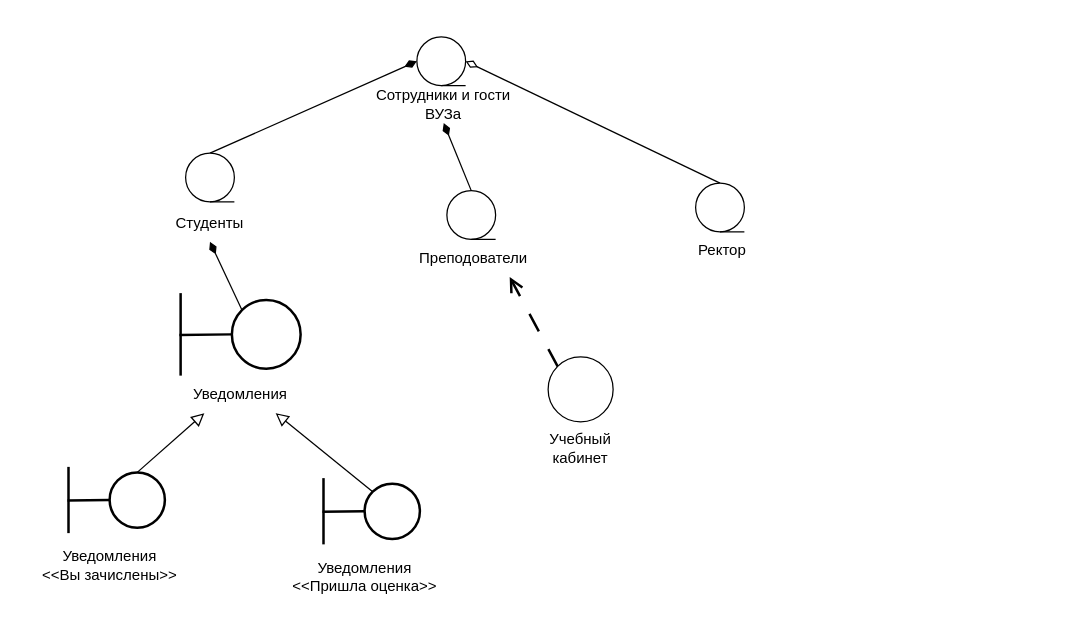
Before: SEEEEEEEENYA.drawio in Helpmepleaseitishard/Aikms, a draw.io diagram. Source tidied: cells renumbered, new cells numbered last; positions are measured from the earlier drawing's top-left corner, leaving out a move shared by most shapes. Both pictures are drawn from the tidied source at 125%, with x=0, y=0 at pixel (25, 36).
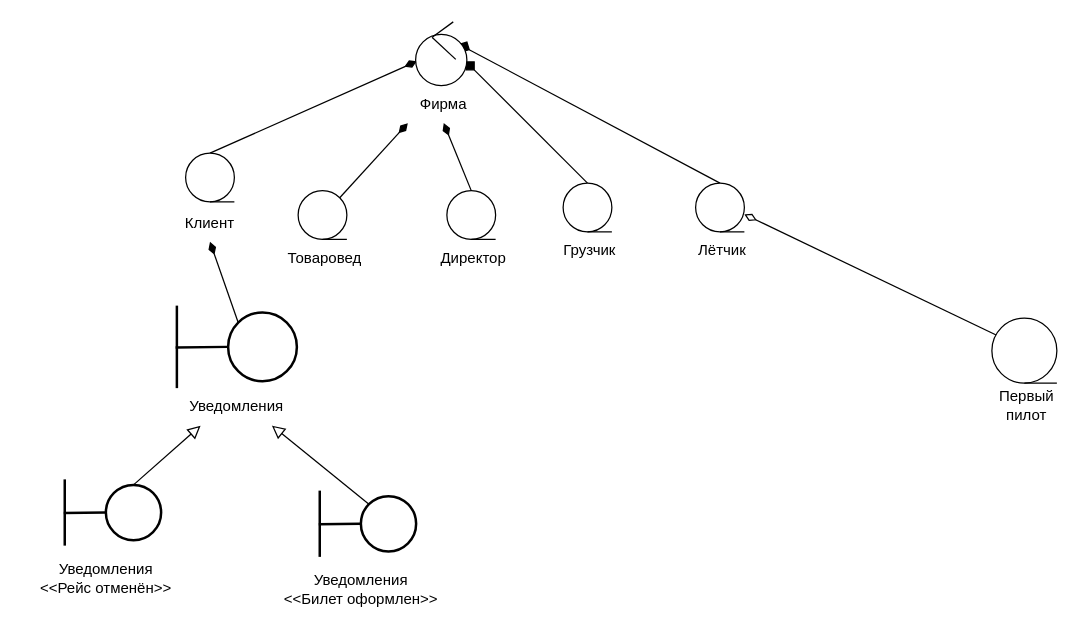
The same diagram, later.

Unchanged cells that the change refers to:
```xml
<mxCell id="6" style="shape=tapeData;whiteSpace=wrap;html=1;perimeter=ellipsePerimeter;" parent="1" vertex="1">
  <mxGeometry x="128" y="93" width="39" height="39" as="geometry" />
</mxCell>
<mxCell id="12" style="shape=tapeData;whiteSpace=wrap;html=1;perimeter=ellipsePerimeter;" parent="1" vertex="1">
  <mxGeometry x="536" y="117" width="39" height="39" as="geometry" />
</mxCell>
<mxCell id="14" style="ellipse;whiteSpace=wrap;html=1;strokeWidth=2;" parent="13" vertex="1">
  <mxGeometry x="42" y="5.5" width="55" height="55" as="geometry" />
</mxCell>
```

The edit, as a diff of the source:
```diff
@@
-    <mxCell id="2" value="Сотрудники и гости ВУЗа" style="text;html=1;align=center;verticalAlign=middle;whiteSpace=wrap;rounded=0;" parent="1" vertex="1">
+    <mxCell id="2" value="Фирма" style="text;html=1;align=center;verticalAlign=middle;whiteSpace=wrap;rounded=0;" parent="1" vertex="1">
       <mxGeometry x="277" y="39" width="115" height="30" as="geometry" />
     </mxCell>
-    <mxCell id="3" style="shape=tapeData;whiteSpace=wrap;html=1;perimeter=ellipsePerimeter;" parent="1" vertex="1">
-      <mxGeometry x="313" width="39" height="39" as="geometry" />
-    </mxCell>
-    <mxCell id="4" value="Студенты" style="text;html=1;align=center;verticalAlign=middle;whiteSpace=wrap;rounded=0;" parent="1" vertex="1">
+    <mxCell id="4" value="Клиент" style="text;html=1;align=center;verticalAlign=middle;whiteSpace=wrap;rounded=0;" parent="1" vertex="1">
       <mxGeometry x="90" y="134" width="115" height="30" as="geometry" />
     </mxCell>
-    <mxCell id="5" style="edgeStyle=none;curved=1;rounded=0;jettySize=auto;html=1;exitX=0.5;exitY=0;exitDx=0;exitDy=0;entryX=0;entryY=0.5;entryDx=0;entryDy=0;fontSize=12;startSize=8;endSize=8;endArrow=diamondThin;endFill=1;" parent="1" edge="1" source="6" target="3">
-      <mxGeometry relative="1" as="geometry" />
+    <mxCell id="5" style="edgeStyle=none;curved=1;rounded=0;jettySize=auto;html=1;exitX=0.5;exitY=0;exitDx=0;exitDy=0;entryX=0;entryY=0.5;entryDx=0;entryDy=0;fontSize=12;startSize=8;endSize=8;endArrow=diamondThin;endFill=1;" parent="1" edge="1" source="6">
+      <mxGeometry relative="1" as="geometry">
+        <mxPoint x="313" y="19.5" as="targetPoint" />
+      </mxGeometry>
     </mxCell>
@@
-    <mxCell id="7" value="Преподователи" style="text;html=1;align=center;verticalAlign=middle;whiteSpace=wrap;rounded=0;" parent="1" vertex="1">
+    <mxCell id="7" value="Директор" style="text;html=1;align=center;verticalAlign=middle;whiteSpace=wrap;rounded=0;" parent="1" vertex="1">
       <mxGeometry x="301" y="162" width="115" height="30" as="geometry" />
     </mxCell>
@@
-    <mxCell id="10" value="Ректор" style="text;html=1;align=center;verticalAlign=middle;whiteSpace=wrap;rounded=0;" parent="1" vertex="1">
+    <mxCell id="10" value="Лётчик" style="text;html=1;align=center;verticalAlign=middle;whiteSpace=wrap;rounded=0;" parent="1" vertex="1">
       <mxGeometry x="500" y="156" width="115" height="30" as="geometry" />
     </mxCell>
-    <mxCell id="11" style="edgeStyle=none;curved=1;rounded=0;jettySize=auto;html=1;exitX=0.5;exitY=0;exitDx=0;exitDy=0;entryX=1;entryY=0.5;entryDx=0;entryDy=0;fontSize=12;startSize=8;endSize=8;endArrow=diamondThin;endFill=0;" parent="1" edge="1" source="12" target="3">
-      <mxGeometry relative="1" as="geometry" />
+    <mxCell id="11" style="edgeStyle=none;curved=1;rounded=0;orthogonalLoop=1;jettySize=auto;html=1;exitX=0.5;exitY=0;exitDx=0;exitDy=0;entryX=1;entryY=0.5;entryDx=0;entryDy=0;fontSize=12;startSize=8;endSize=8;endArrow=diamondThin;endFill=0;" parent="1" edge="1">
+      <mxGeometry relative="1" as="geometry">
+        <mxPoint x="778.5" y="239.5" as="sourcePoint" />
+        <mxPoint x="575" y="142" as="targetPoint" />
+      </mxGeometry>
     </mxCell>
+    <mxCell id="34" style="edgeStyle=none;curved=1;rounded=0;jettySize=auto;html=1;exitX=0.5;exitY=0;exitDx=0;exitDy=0;entryX=1;entryY=0;entryDx=0;entryDy=0;fontSize=12;startSize=8;endSize=8;endArrow=diamond;endFill=1;" parent="1" edge="1" source="12">
+      <mxGeometry relative="1" as="geometry">
+        <mxPoint x="346.3" y="5.7" as="targetPoint" />
+      </mxGeometry>
+    </mxCell>
@@
     <mxCell id="13" style="group;" parent="1" vertex="1">
-      <mxGeometry x="123" y="205" width="97" height="66" as="geometry" />
+      <mxGeometry x="120" y="215" width="97" height="66" as="geometry" />
     </mxCell>
@@
-    <mxCell id="17" style="edgeStyle=none;curved=1;rounded=0;jettySize=auto;html=1;exitX=0;exitY=0;exitDx=0;exitDy=0;entryX=0.5;entryY=1;entryDx=0;entryDy=0;fontSize=12;startSize=8;endSize=8;endArrow=diamondThin;endFill=1;" parent="1" edge="1" source="14" target="4">
-      <mxGeometry relative="1" as="geometry" />
-    </mxCell>
     <mxCell id="18" value="Уведомления" style="text;html=1;align=center;verticalAlign=middle;whiteSpace=wrap;rounded=0;" parent="1" vertex="1">
-      <mxGeometry x="114.5" y="271" width="114" height="30" as="geometry" />
+      <mxGeometry x="111.5" y="281" width="114" height="30" as="geometry" />
     </mxCell>
     <mxCell id="19" style="group;" parent="1" vertex="1">
-      <mxGeometry x="33.5" y="344" width="77.9" height="53" as="geometry" />
+      <mxGeometry x="30.5" y="354" width="77.9" height="53" as="geometry" />
     </mxCell>
@@
-    <mxCell id="23" value="&lt;div&gt;Уведомления&lt;/div&gt;&lt;div&gt;&amp;lt;&amp;lt;Вы зачислены&amp;gt;&amp;gt;&lt;/div&gt;" style="text;html=1;align=center;verticalAlign=middle;whiteSpace=wrap;rounded=0;" parent="1" vertex="1">
-      <mxGeometry y="397" width="135" height="51" as="geometry" />
+    <mxCell id="23" value="&lt;div&gt;Уведомления&lt;/div&gt;&lt;div&gt;&amp;lt;&amp;lt;Рейс отменён&amp;gt;&amp;gt;&lt;/div&gt;" style="text;html=1;align=center;verticalAlign=middle;whiteSpace=wrap;rounded=0;" parent="1" vertex="1">
+      <mxGeometry x="-3" y="407" width="135" height="51" as="geometry" />
     </mxCell>
     <mxCell id="24" style="group;" parent="1" vertex="1">
-      <mxGeometry x="237.5" y="353" width="77.9" height="53" as="geometry" />
+      <mxGeometry x="234.5" y="363" width="77.9" height="53" as="geometry" />
     </mxCell>
@@
-    <mxCell id="28" value="&lt;div&gt;Уведомления&lt;/div&gt;&lt;div&gt;&amp;lt;&amp;lt;Пришла оценка&amp;gt;&amp;gt;&lt;/div&gt;" style="text;html=1;align=center;verticalAlign=middle;whiteSpace=wrap;rounded=0;" parent="1" vertex="1">
-      <mxGeometry x="204" y="406" width="135" height="51" as="geometry" />
+    <mxCell id="28" value="&lt;div&gt;Уведомления&lt;/div&gt;&lt;div&gt;&amp;lt;&amp;lt;Билет оформлен&amp;gt;&amp;gt;&lt;/div&gt;" style="text;html=1;align=center;verticalAlign=middle;whiteSpace=wrap;rounded=0;" parent="1" vertex="1">
+      <mxGeometry x="201" y="416" width="135" height="51" as="geometry" />
     </mxCell>
@@
-    <mxCell id="31" style="edgeStyle=none;curved=1;rounded=0;jettySize=auto;html=1;exitX=0;exitY=0;exitDx=0;exitDy=0;entryX=0.75;entryY=1;entryDx=0;entryDy=0;fontSize=12;startSize=8;endSize=8;dashed=1;dashPattern=8 8;endArrow=open;endFill=0;strokeWidth=2;" parent="1" edge="1" source="32" target="7">
-      <mxGeometry relative="1" as="geometry" />
-    </mxCell>
-    <mxCell id="32" style="ellipse;whiteSpace=wrap;html=1;" parent="1" vertex="1">
-      <mxGeometry x="418" y="256" width="52" height="52" as="geometry" />
-    </mxCell>
-    <mxCell id="33" value="&lt;div&gt;Учебный&lt;/div&gt;&lt;div&gt;кабинет&lt;br&gt;&lt;/div&gt;" style="text;html=1;align=center;verticalAlign=middle;whiteSpace=wrap;rounded=0;" parent="1" vertex="1">
-      <mxGeometry x="414" y="314" width="60" height="30" as="geometry" />
+    <mxCell id="33" value="Первый пилот" style="text;html=1;align=center;verticalAlign=middle;whiteSpace=wrap;rounded=0;" parent="1" vertex="1">
+      <mxGeometry x="771" y="280" width="60" height="30" as="geometry" />
     </mxCell>
+    <mxCell id="35" value="Товаровед" style="text;html=1;align=center;verticalAlign=middle;whiteSpace=wrap;rounded=0;" parent="1" vertex="1">
+      <mxGeometry x="182" y="162" width="115" height="30" as="geometry" />
+    </mxCell>
+    <mxCell id="36" style="edgeStyle=none;curved=1;rounded=0;jettySize=auto;html=1;exitX=1;exitY=0;exitDx=0;exitDy=0;entryX=0.25;entryY=1;entryDx=0;entryDy=0;fontSize=12;startSize=8;endSize=8;endArrow=diamondThin;endFill=1;" parent="1" edge="1" source="37" target="2">
+      <mxGeometry relative="1" as="geometry" />
+    </mxCell>
+    <mxCell id="37" style="shape=tapeData;whiteSpace=wrap;html=1;perimeter=ellipsePerimeter;" parent="1" vertex="1">
+      <mxGeometry x="218" y="123" width="39" height="39" as="geometry" />
+    </mxCell>
+    <mxCell id="38" value="Грузчик" style="text;html=1;align=center;verticalAlign=middle;whiteSpace=wrap;rounded=0;" parent="1" vertex="1">
+      <mxGeometry x="394" y="156" width="115" height="30" as="geometry" />
+    </mxCell>
+    <mxCell id="39" style="edgeStyle=none;curved=1;rounded=0;jettySize=auto;html=1;exitX=0.5;exitY=0;exitDx=0;exitDy=0;entryX=1;entryY=0.5;entryDx=0;entryDy=0;fontSize=12;startSize=8;endSize=8;endArrow=diamond;endFill=1;" parent="1" edge="1" source="40">
+      <mxGeometry relative="1" as="geometry">
+        <mxPoint x="352" y="19.5" as="targetPoint" />
+      </mxGeometry>
+    </mxCell>
+    <mxCell id="40" style="shape=tapeData;whiteSpace=wrap;html=1;perimeter=ellipsePerimeter;" parent="1" vertex="1">
+      <mxGeometry x="430" y="117" width="39" height="39" as="geometry" />
+    </mxCell>
+    <mxCell id="41" style="ellipse;whiteSpace=wrap;html=1;" parent="1" vertex="1">
+      <mxGeometry x="312" y="-2" width="41" height="41" as="geometry" />
+    </mxCell>
+    <mxCell id="42" style="group;strokeWidth=2;" parent="1" vertex="1">
+      <mxGeometry x="325" y="-12" width="19.1" height="30" as="geometry" />
+    </mxCell>
+    <mxCell id="43" style="endArrow=none;html=1;rounded=0;fontSize=12;startSize=8;endSize=8;curved=1;" parent="42" edge="1">
+      <mxGeometry relative="1" as="geometry">
+        <mxPoint y="12.5" as="sourcePoint" />
+        <mxPoint x="17.1" as="targetPoint" />
+      </mxGeometry>
+    </mxCell>
+    <mxCell id="44" style="endArrow=none;html=1;rounded=0;fontSize=12;startSize=8;endSize=8;curved=1;" parent="42" edge="1">
+      <mxGeometry relative="1" as="geometry">
+        <mxPoint x="0.3" y="12.5" as="sourcePoint" />
+        <mxPoint x="19.1" y="30" as="targetPoint" />
+      </mxGeometry>
+    </mxCell>
+    <mxCell id="17" style="edgeStyle=none;curved=1;rounded=0;jettySize=auto;html=1;exitX=0;exitY=0;exitDx=0;exitDy=0;entryX=0.5;entryY=1;entryDx=0;entryDy=0;fontSize=12;startSize=8;endSize=8;endArrow=diamondThin;endFill=1;" parent="1" edge="1" source="14" target="4">
+      <mxGeometry relative="1" as="geometry" />
+    </mxCell>
+    <mxCell id="45" style="shape=tapeData;whiteSpace=wrap;html=1;perimeter=ellipsePerimeter;" parent="1" vertex="1">
+      <mxGeometry x="773" y="225" width="52" height="52" as="geometry" />
+    </mxCell>
```
